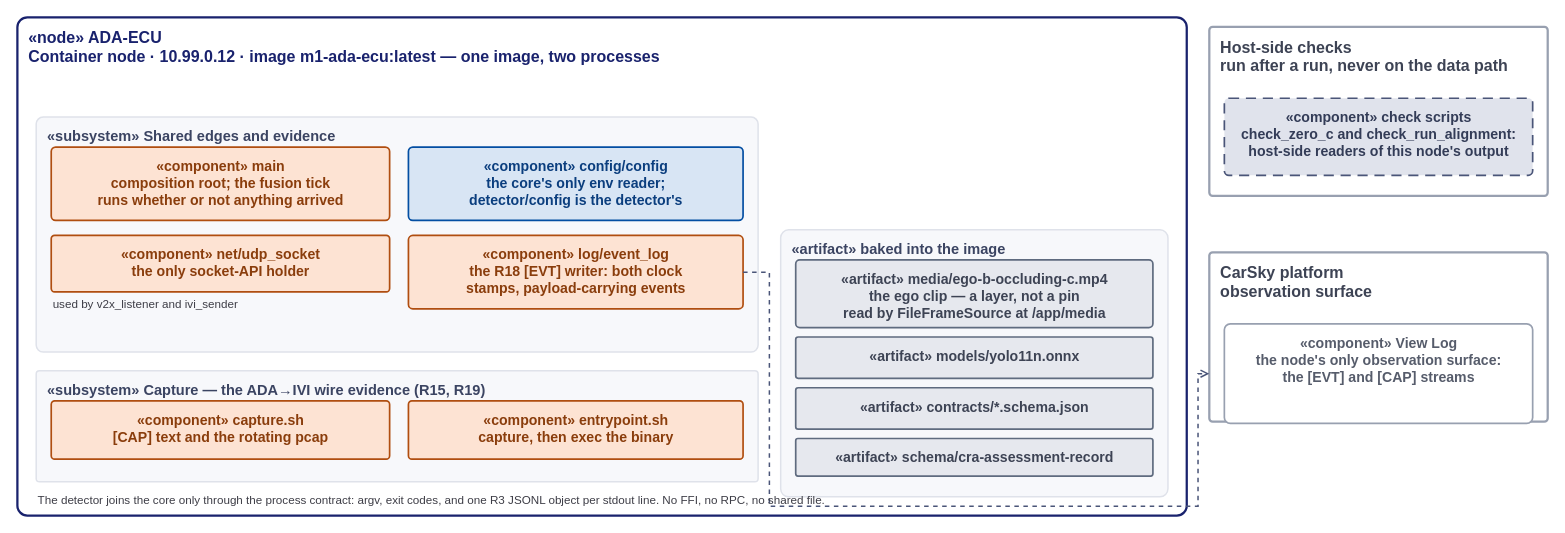
Earlier version of the draw.io diagram presentation/assets/phase2-4-ada-arch-b.drawio (mnpham2101/FPT-Hackathon2026). Source tidied: cells renumbered, new cells numbered last; positions are measured from the earlier drawing's top-left corner, leaving out a move shared by most shapes. Both pictures are drawn from the tidied source at 94%, with x=0, y=0 at pixel (17, 17).
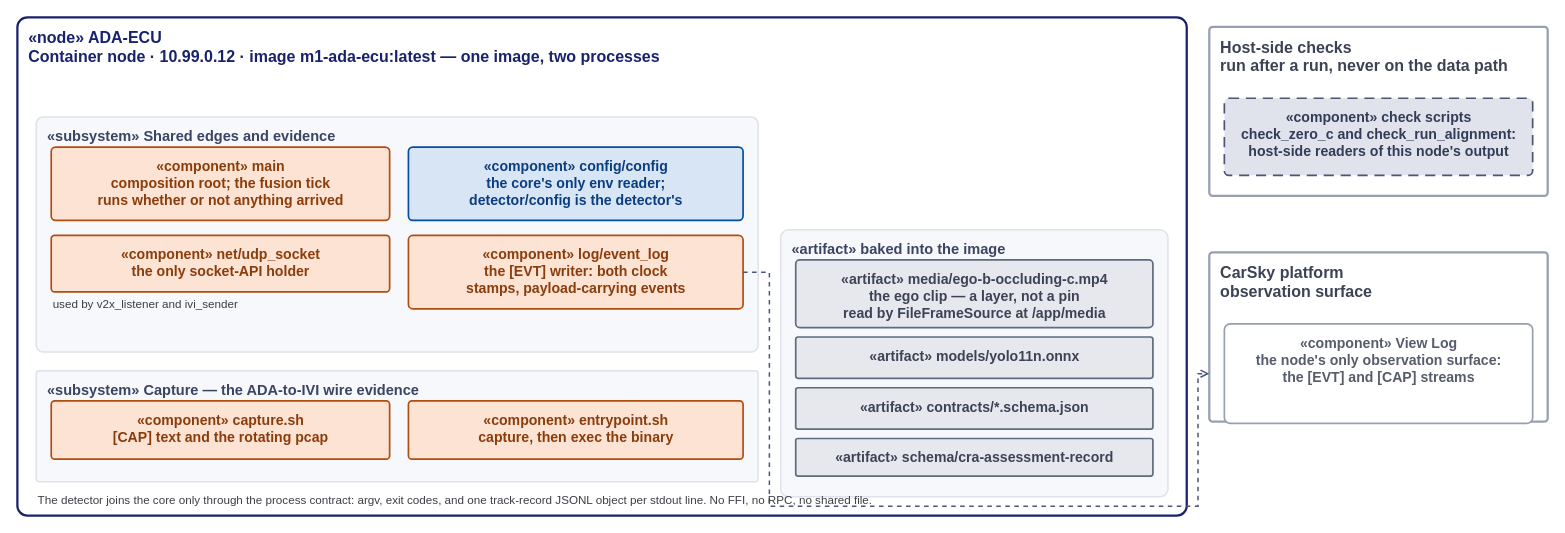
The same page after the edit.

The edit, as a diff of the source:
```diff
@@
-    <mxCell id="7" value="«component» log/event_log&#10;the R18 [EVT] writer: both clock&#10;stamps, payload-carrying events" style="rounded=1;arcSize=6;html=1;fillColor=#fde3d3;strokeColor=#B04E10;strokeWidth=1.8;verticalAlign=top;align=center;spacingTop=5;fontSize=15.0;fontStyle=1;fontColor=#8A3D0C;" parent="1" vertex="1">
+    <mxCell id="7" value="«component» log/event_log&#10;the [EVT] writer: both clock&#10;stamps, payload-carrying events" style="rounded=1;arcSize=6;html=1;fillColor=#fde3d3;strokeColor=#B04E10;strokeWidth=1.8;verticalAlign=top;align=center;spacingTop=5;fontSize=15.0;fontStyle=1;fontColor=#8A3D0C;" parent="1" vertex="1">
       <mxGeometry x="416" y="232" width="356" height="78" as="geometry" />
     </mxCell>
@@
-    <mxCell id="13" value="«subsystem» Capture — the ADA→IVI wire evidence (R15, R19)" style="rounded=1;arcSize=3;html=1;fillColor=#f7f8fb;strokeColor=#dfe2ea;strokeWidth=1.6;verticalAlign=top;align=left;spacingLeft=10;spacingTop=5;fontSize=15.5;fontStyle=1;fontColor=#3B4462;" parent="1" vertex="1">
+    <mxCell id="13" value="«subsystem» Capture — the ADA-to-IVI wire evidence" style="rounded=1;arcSize=3;html=1;fillColor=#f7f8fb;strokeColor=#dfe2ea;strokeWidth=1.6;verticalAlign=top;align=left;spacingLeft=10;spacingTop=5;fontSize=15.5;fontStyle=1;fontColor=#3B4462;" parent="1" vertex="1">
       <mxGeometry x="20" y="376" width="768" height="118" as="geometry" />
     </mxCell>
@@
-    <mxCell id="22" value="The detector joins the core only through the process contract: argv, exit codes, and one R3 JSONL object per stdout line. No FFI, no RPC, no shared file." style="text;html=1;align=left;verticalAlign=middle;fontSize=12.4;fontColor=#3d3d46;" parent="1" vertex="1">
+    <mxCell id="22" value="The detector joins the core only through the process contract: argv, exit codes, and one track-record JSONL object per stdout line. No FFI, no RPC, no shared file." style="text;html=1;align=left;verticalAlign=middle;fontSize=12.4;fontColor=#3d3d46;" parent="1" vertex="1">
       <mxGeometry x="20" y="506" width="1006" height="16" as="geometry" />
     </mxCell>
```
